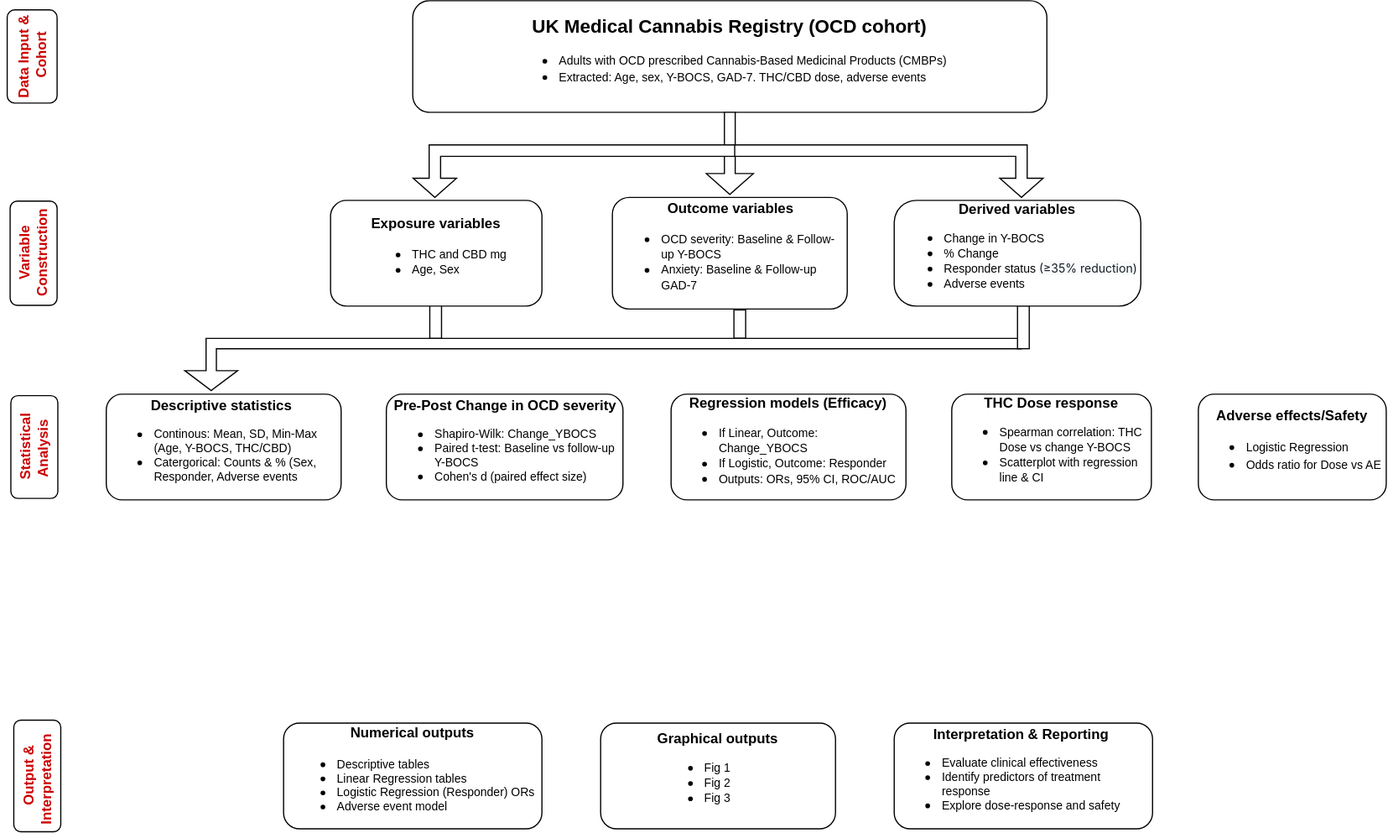
Before: Untitled Diagram.drawio.svg, a diagram exported from draw.io (amy-gurung/first-data-project). Source tidied: cells renumbered, new cells last; positions are measured from the earlier drawing's top-left corner, leaving out a move shared by most shapes.
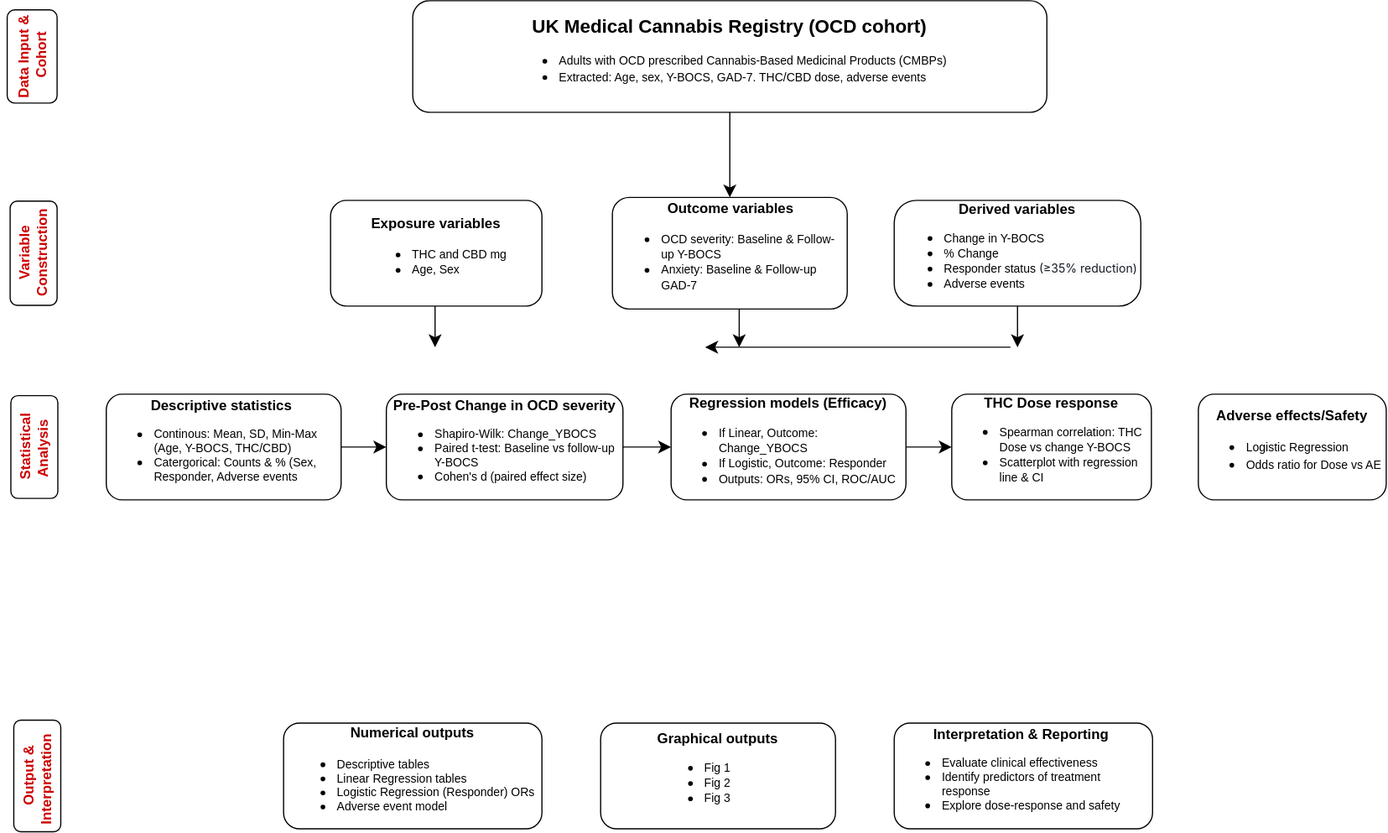
The same diagram one commit later.

The edit, as a diff of the source:
```diff
@@ -2,24 +2,44 @@
   <root>
     <mxCell id="0" />
     <mxCell id="1" parent="0" />
-    <mxCell id="2" style="rounded=0;whiteSpace=wrap;html=1;rotation=-90;" parent="1" vertex="1">
-      <mxGeometry x="371.5" y="313.5" width="30" height="10" as="geometry" />
-    </mxCell>
+    <mxCell id="28" style="edgeStyle=none;curved=1;rounded=0;jettySize=auto;html=1;fontSize=12;startSize=8;endSize=8;" parent="1" edge="1" source="3" target="5">
+      <mxGeometry relative="1" as="geometry" />
+    </mxCell>
     <mxCell id="3" value="&lt;b&gt;&lt;font style=&quot;font-size: 16px;&quot;&gt;UK Medical Cannabis Registry (OCD cohort)&lt;/font&gt;&lt;/b&gt;&lt;div&gt;&lt;ul&gt;&lt;li&gt;&lt;font style=&quot;font-size: 10px;&quot;&gt;Adults with OCD prescribed Cannabis-Based Medicinal Products (CMBPs)&lt;/font&gt;&lt;/li&gt;&lt;li style=&quot;text-align: left;&quot;&gt;&lt;font style=&quot;font-size: 10px;&quot;&gt;Extracted: Age, sex, Y-BOCS, GAD-7. THC/CBD dose, adverse events&lt;/font&gt;&lt;/li&gt;&lt;/ul&gt;&lt;/div&gt;" style="rounded=1;whiteSpace=wrap;html=1;spacing=1;labelBackgroundColor=none;" parent="1" vertex="1">
       <mxGeometry x="367" y="46" width="540" height="95" as="geometry" />
     </mxCell>
+    <mxCell id="29" style="edgeStyle=none;curved=1;rounded=0;orthogonalLoop=1;jettySize=auto;html=1;fontSize=12;startSize=8;endSize=8;" parent="1" edge="1">
+      <mxGeometry relative="1" as="geometry">
+        <mxPoint x="386" y="306" as="sourcePoint" />
+        <mxPoint x="386" y="341" as="targetPoint" />
+      </mxGeometry>
+    </mxCell>
     <mxCell id="4" value="&lt;div style=&quot;line-height: 100%;&quot;&gt;&lt;div&gt;&lt;b&gt;&lt;font style=&quot;line-height: 130%;&quot;&gt;Exposure variables&lt;/font&gt;&lt;/b&gt;&lt;/div&gt;&lt;ul&gt;&lt;li style=&quot;text-align: left;&quot;&gt;&lt;font style=&quot;font-size: 10px;&quot;&gt;THC and CBD mg&lt;br&gt;&lt;/font&gt;&lt;/li&gt;&lt;li style=&quot;text-align: left;&quot;&gt;&lt;font style=&quot;font-size: 10px;&quot;&gt;Age, Sex&lt;/font&gt;&lt;/li&gt;&lt;/ul&gt;&lt;/div&gt;" style="rounded=1;whiteSpace=wrap;html=1;labelBackgroundColor=none;align=center;" parent="1" vertex="1">
       <mxGeometry x="297" y="216" width="180" height="90" as="geometry" />
     </mxCell>
+    <mxCell id="30" style="edgeStyle=none;curved=1;rounded=0;jettySize=auto;html=1;fontSize=12;startSize=8;endSize=8;exitX=0.54;exitY=0.996;exitDx=0;exitDy=0;exitPerimeter=0;" parent="1" edge="1" source="5">
+      <mxGeometry relative="1" as="geometry">
+        <mxPoint x="645" y="341" as="targetPoint" />
+      </mxGeometry>
+    </mxCell>
     <mxCell id="5" value="&lt;div style=&quot;text-align: center;&quot;&gt;&lt;b style=&quot;line-height: 100%;&quot;&gt;&lt;font&gt;Outcome variables&lt;/font&gt;&lt;/b&gt;&lt;/div&gt;&lt;ul&gt;&lt;li style=&quot;line-height: 100%;&quot;&gt;&lt;font style=&quot;font-size: 10px;&quot;&gt;OCD severity: Baseline &amp;amp; Follow-up Y-BOCS&lt;br&gt;&lt;/font&gt;&lt;/li&gt;&lt;li style=&quot;line-height: 100%;&quot;&gt;&lt;font style=&quot;font-size: 10px;&quot;&gt;Anxiety: Baseline &amp;amp; Follow-up GAD-7&lt;/font&gt;&lt;br&gt;&lt;/li&gt;&lt;/ul&gt;" style="rounded=1;whiteSpace=wrap;html=1;labelBackgroundColor=none;align=left;" parent="1" vertex="1">
       <mxGeometry x="537" y="213.5" width="200" height="95" as="geometry" />
     </mxCell>
+    <mxCell id="31" style="edgeStyle=none;curved=1;rounded=0;jettySize=auto;html=1;fontSize=12;startSize=8;endSize=8;" parent="1" edge="1" source="6" target="7">
+      <mxGeometry relative="1" as="geometry" />
+    </mxCell>
     <mxCell id="6" value="&lt;div style=&quot;line-height: 100%;&quot;&gt;&lt;font&gt;&lt;b&gt;Descriptive statistics&amp;nbsp;&lt;/b&gt;&lt;/font&gt;&lt;div&gt;&lt;ul&gt;&lt;li style=&quot;text-align: left;&quot;&gt;&lt;span style=&quot;font-size: 10px; line-height: 100%;&quot;&gt;Continous: Mean, SD, Min-Max (Age, Y-BOCS, THC/CBD)&lt;/span&gt;&lt;br&gt;&lt;/li&gt;&lt;li style=&quot;text-align: left;&quot;&gt;&lt;span style=&quot;font-size: 10px; line-height: 100%;&quot;&gt;Catergorical: Counts &amp;amp; % (Sex, Responder, Adverse events&lt;/span&gt;&lt;/li&gt;&lt;/ul&gt;&lt;/div&gt;&lt;/div&gt;" style="rounded=1;whiteSpace=wrap;html=1;labelBackgroundColor=none;" parent="1" vertex="1">
       <mxGeometry x="106" y="381" width="200" height="90" as="geometry" />
     </mxCell>
+    <mxCell id="32" style="edgeStyle=none;curved=1;rounded=0;jettySize=auto;html=1;fontSize=12;startSize=8;endSize=8;" parent="1" edge="1" source="7" target="8">
+      <mxGeometry relative="1" as="geometry" />
+    </mxCell>
     <mxCell id="7" value="&lt;div style=&quot;line-height: 100%;&quot;&gt;&lt;div&gt;&lt;b&gt;Pre-Post Change in OCD severity&lt;/b&gt;&lt;/div&gt;&lt;ul&gt;&lt;li style=&quot;text-align: left;&quot;&gt;&lt;font style=&quot;font-size: 10px; line-height: 100%;&quot;&gt;Shapiro-Wilk: Change_YBOCS&lt;br&gt;&lt;/font&gt;&lt;/li&gt;&lt;li style=&quot;text-align: left;&quot;&gt;&lt;font style=&quot;font-size: 10px; line-height: 100%;&quot;&gt;Paired t-test: Baseline vs follow-up Y-BOCS&lt;br&gt;&lt;/font&gt;&lt;/li&gt;&lt;li style=&quot;text-align: left;&quot;&gt;&lt;font style=&quot;font-size: 10px; line-height: 100%;&quot;&gt;Cohen's d (paired effect size)&lt;/font&gt;&lt;/li&gt;&lt;/ul&gt;&lt;/div&gt;" style="rounded=1;whiteSpace=wrap;html=1;labelBackgroundColor=none;" parent="1" vertex="1">
       <mxGeometry x="344.5" y="381" width="201.5" height="90" as="geometry" />
     </mxCell>
+    <mxCell id="33" style="edgeStyle=none;curved=1;rounded=0;jettySize=auto;html=1;fontSize=12;startSize=8;endSize=8;" parent="1" edge="1" source="8" target="9">
+      <mxGeometry relative="1" as="geometry" />
+    </mxCell>
     <mxCell id="8" value="&lt;font&gt;&lt;b style=&quot;line-height: 100%;&quot;&gt;Regression m&lt;/b&gt;&lt;font&gt;&lt;b&gt;odels&amp;nbsp;&lt;/b&gt;&lt;/font&gt;&lt;/font&gt;&lt;font&gt;&lt;b&gt;(Efficacy)&lt;/b&gt;&lt;/font&gt;&lt;div&gt;&lt;ul style=&quot;line-height: 100%;&quot;&gt;&lt;li style=&quot;text-align: left;&quot;&gt;&lt;span style=&quot;font-size: 10px; line-height: 100%;&quot;&gt;If Linear,&amp;nbsp;&lt;/span&gt;&lt;span style=&quot;font-size: 10px;&quot;&gt;Outcome: Change_YBOCS&lt;/span&gt;&lt;/li&gt;&lt;li style=&quot;text-align: left;&quot;&gt;&lt;span style=&quot;font-size: 10px; line-height: 100%;&quot;&gt;If Logistic,&amp;nbsp;&lt;/span&gt;&lt;span style=&quot;font-size: 10px;&quot;&gt;Outcome: Responder&amp;nbsp;&lt;/span&gt;&lt;/li&gt;&lt;li style=&quot;text-align: left;&quot;&gt;&lt;span style=&quot;font-size: 10px; line-height: 100%;&quot;&gt;Outputs: ORs, 95% CI, ROC/AUC&lt;/span&gt;&lt;br&gt;&lt;/li&gt;&lt;/ul&gt;&lt;/div&gt;" style="rounded=1;whiteSpace=wrap;html=1;labelBackgroundColor=none;" parent="1" vertex="1">
       <mxGeometry x="587" y="381" width="200" height="90" as="geometry" />
     </mxCell>
@@ -59,26 +79,19 @@
     <mxCell id="20" style="edgeStyle=none;curved=1;rounded=0;orthogonalLoop=1;jettySize=auto;html=1;exitX=0.25;exitY=0;exitDx=0;exitDy=0;fontSize=12;startSize=8;endSize=8;" parent="1" edge="1" source="16" target="16">
       <mxGeometry relative="1" as="geometry" />
     </mxCell>
-    <mxCell id="21" style="html=1;shadow=0;dashed=0;align=center;verticalAlign=middle;shape=mxgraph.arrows2.arrow;dy=0.77;dx=17.83;direction=south;notch=0;" parent="1" vertex="1">
-      <mxGeometry x="617" y="141" width="40" height="70" as="geometry" />
-    </mxCell>
-    <mxCell id="22" style="html=1;shadow=0;dashed=0;align=center;verticalAlign=middle;shape=mxgraph.arrows2.bendArrow;dy=4.87;dx=16.3;notch=0;arrowHead=36.93;rounded=0;rotation=90;" parent="1" vertex="1">
-      <mxGeometry x="748.8" y="58.4" width="44.7" height="265.4" as="geometry" />
-    </mxCell>
-    <mxCell id="23" style="html=1;shadow=0;dashed=0;align=center;verticalAlign=middle;shape=mxgraph.arrows2.bendArrow;dy=4.87;dx=16.3;notch=0;arrowHead=36.93;rounded=0;rotation=90;flipH=0;legacyAnchorPoints=0;flipV=1;" parent="1" vertex="1">
-      <mxGeometry x="481.9" y="54.2" width="44.7" height="273.8" as="geometry" />
-    </mxCell>
-    <mxCell id="24" style="html=1;shadow=0;dashed=0;align=center;verticalAlign=middle;shape=mxgraph.arrows2.bendArrow;dy=4.39;dx=16.88;notch=0;arrowHead=45;rounded=0;rotation=90;flipV=1;legacyAnchorPoints=0;direction=east;" parent="1" vertex="1">
-      <mxGeometry x="506.9" y="-0.5" width="44.4" height="712.4" as="geometry" />
-    </mxCell>
-    <mxCell id="25" style="rounded=0;whiteSpace=wrap;html=1;rotation=-90;" parent="1" vertex="1">
-      <mxGeometry x="868.8" y="319" width="36.5" height="10" as="geometry" />
-    </mxCell>
+    <mxCell id="34" style="edgeStyle=none;curved=1;rounded=0;jettySize=auto;html=1;fontSize=12;startSize=8;endSize=8;" parent="1" edge="1" source="26">
+      <mxGeometry relative="1" as="geometry">
+        <mxPoint x="882" y="341" as="targetPoint" />
+      </mxGeometry>
+    </mxCell>
     <mxCell id="26" value="&lt;div style=&quot;line-height: 100%;&quot;&gt;&lt;div&gt;&lt;b&gt;&lt;font&gt;Derived variables&lt;/font&gt;&lt;/b&gt;&lt;/div&gt;&lt;ul&gt;&lt;li style=&quot;text-align: left;&quot;&gt;&lt;font style=&quot;font-size: 10px;&quot;&gt;Change in Y-BOCS&lt;br&gt;&lt;/font&gt;&lt;/li&gt;&lt;li style=&quot;text-align: left;&quot;&gt;&lt;font style=&quot;font-size: 10px;&quot;&gt;% Change&lt;br&gt;&lt;/font&gt;&lt;/li&gt;&lt;li style=&quot;text-align: left;&quot;&gt;&lt;font style=&quot;font-size: 10px;&quot;&gt;Responder status&amp;nbsp;&lt;span style=&quot;caret-color: rgb(22, 28, 36); color: rgb(22, 28, 36); font-family: -apple-system, BlinkMacSystemFont, &amp;quot;Proxima Nova&amp;quot;, &amp;quot;Segoe UI&amp;quot;, Roboto, Helvetica, Arial, sans-serif; background-color: rgb(249, 250, 251);&quot;&gt;(≥35% reduction)&lt;/span&gt;&lt;br&gt;&lt;/font&gt;&lt;/li&gt;&lt;li style=&quot;text-align: left;&quot;&gt;&lt;font style=&quot;font-size: 10px;&quot;&gt;Adverse events&amp;nbsp;&lt;/font&gt;&lt;/li&gt;&lt;/ul&gt;&lt;/div&gt;" style="rounded=1;whiteSpace=wrap;html=1;labelBackgroundColor=none;spacing=1;arcSize=21;" parent="1" vertex="1">
       <mxGeometry x="777" y="216" width="210" height="90" as="geometry" />
     </mxCell>
-    <mxCell id="27" style="rounded=0;whiteSpace=wrap;html=1;rotation=-90;" parent="1" vertex="1">
-      <mxGeometry x="633.5" y="316.3" width="24" height="10" as="geometry" />
-    </mxCell>
+    <mxCell id="35" style="endArrow=classic;html=1;rounded=0;fontSize=12;startSize=8;endSize=8;curved=1;" parent="1" edge="1">
+      <mxGeometry relative="1" as="geometry">
+        <mxPoint x="876" y="341" as="sourcePoint" />
+        <mxPoint x="616" y="341" as="targetPoint" />
+      </mxGeometry>
+    </mxCell>
   </root>
 </mxGraphModel>
```
